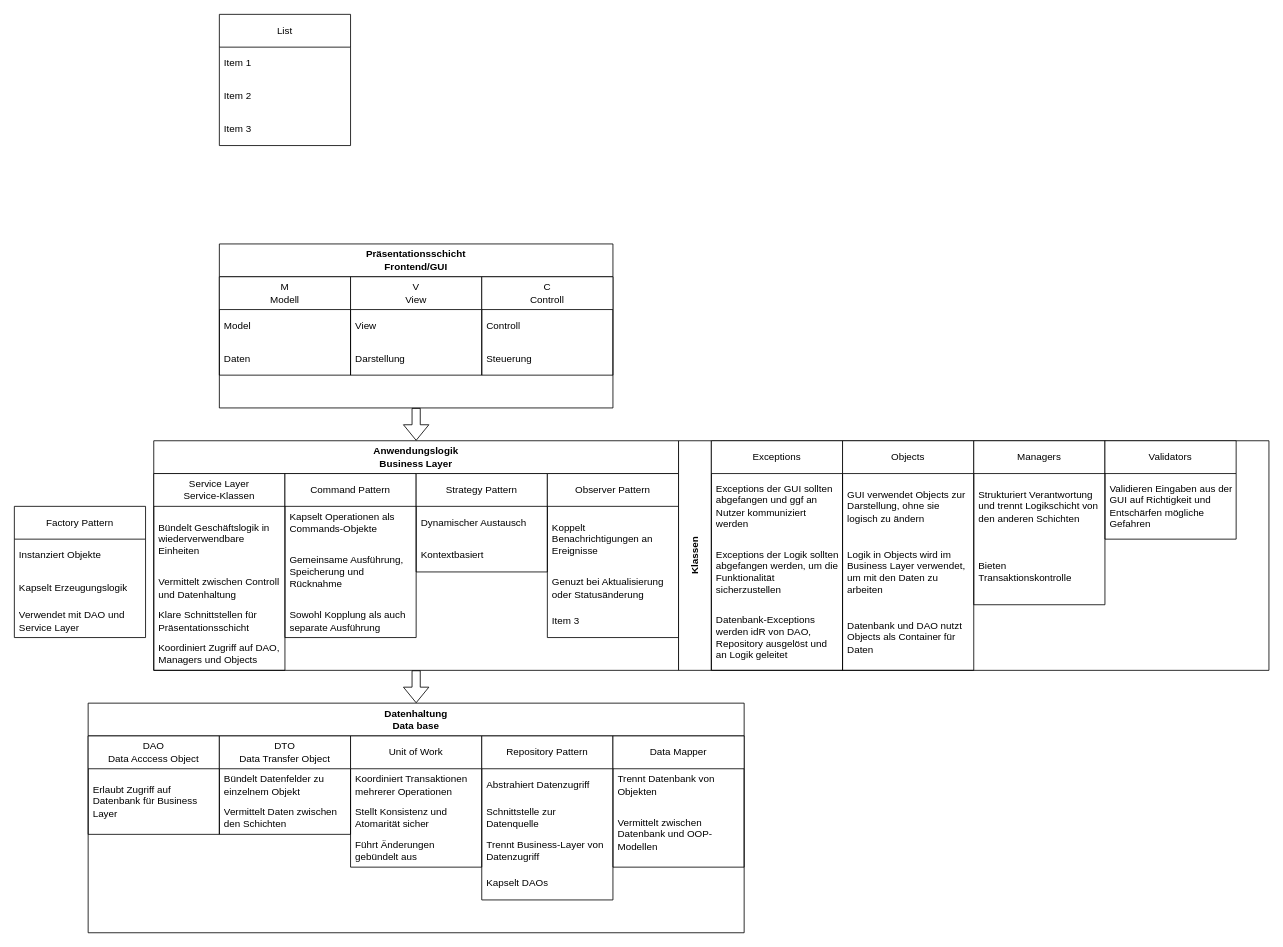
The draw.io diagram Diagramme/Übersicht-Diagramm.drawio in holger1111/Fitnessstudiomitgliederverwaltung, before the edit. Source tidied: cells renumbered, new cells numbered last; positions are measured from the earlier drawing's top-left corner, leaving out a move shared by most shapes. Both pictures are drawn from the tidied source at 82%, with x=0, y=0 at pixel (14, 14).
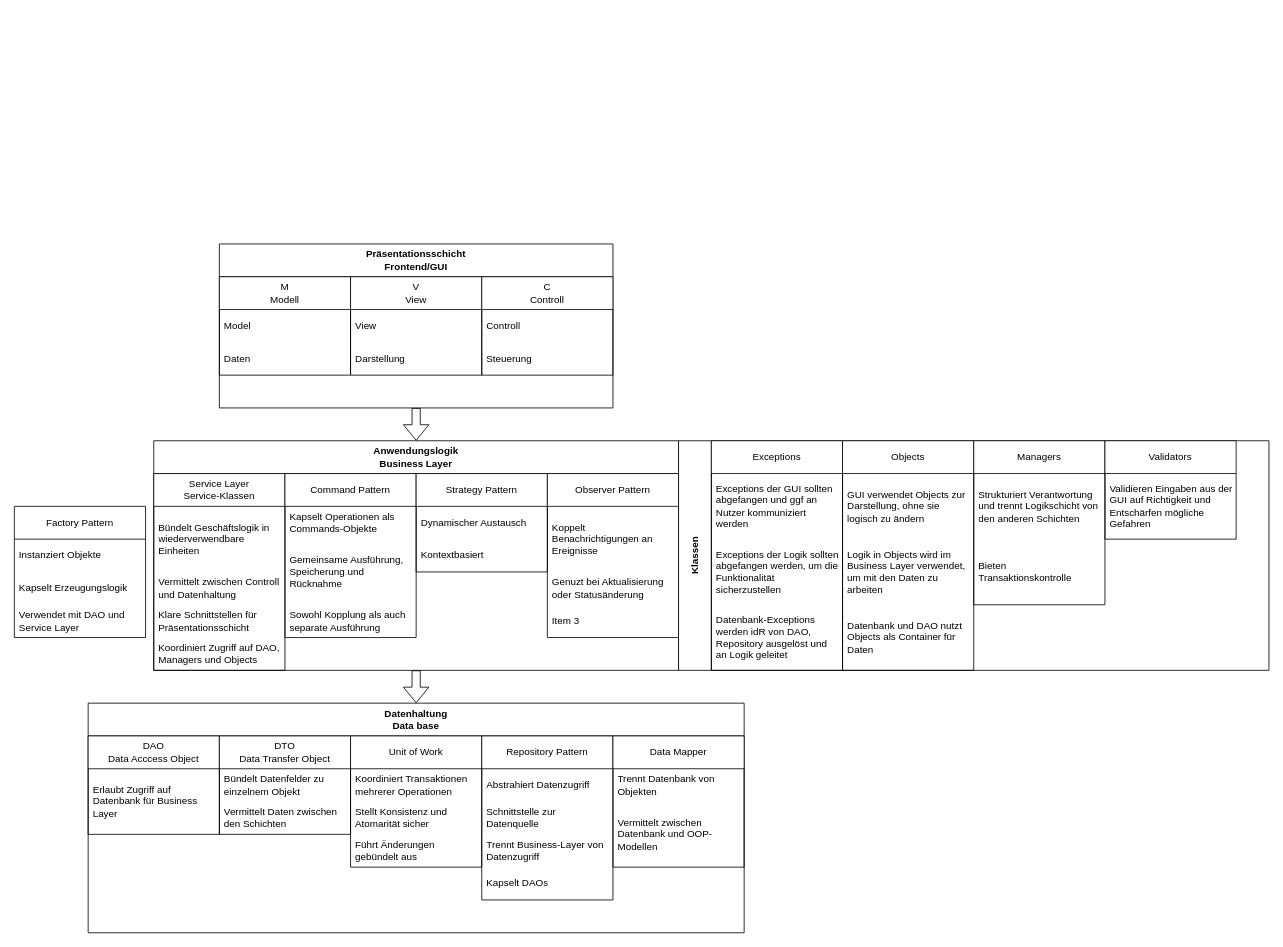
After the change.

The edit, as a diff of the source:
```diff
@@
-    <mxCell id="2" value="List" style="swimlane;fontStyle=0;horizontal=1;startSize=40;whiteSpace=wrap;html=1;" parent="1" vertex="1">
-      <mxGeometry x="250" width="160" height="160" as="geometry" />
-    </mxCell>
-    <mxCell id="3" value="Item 1" style="text;strokeColor=none;fillColor=none;align=left;verticalAlign=middle;spacingLeft=4;spacingRight=4;overflow=hidden;whiteSpace=wrap;html=1;" parent="2" vertex="1">
-      <mxGeometry y="40" width="160" height="40" as="geometry" />
-    </mxCell>
-    <mxCell id="4" value="Item 2" style="text;strokeColor=none;fillColor=none;align=left;verticalAlign=middle;spacingLeft=4;spacingRight=4;overflow=hidden;whiteSpace=wrap;html=1;" parent="2" vertex="1">
-      <mxGeometry y="80" width="160" height="40" as="geometry" />
-    </mxCell>
-    <mxCell id="5" value="Item 3" style="text;strokeColor=none;fillColor=none;align=left;verticalAlign=middle;spacingLeft=4;spacingRight=4;overflow=hidden;whiteSpace=wrap;html=1;" parent="2" vertex="1">
-      <mxGeometry y="120" width="160" height="40" as="geometry" />
-    </mxCell>
```
